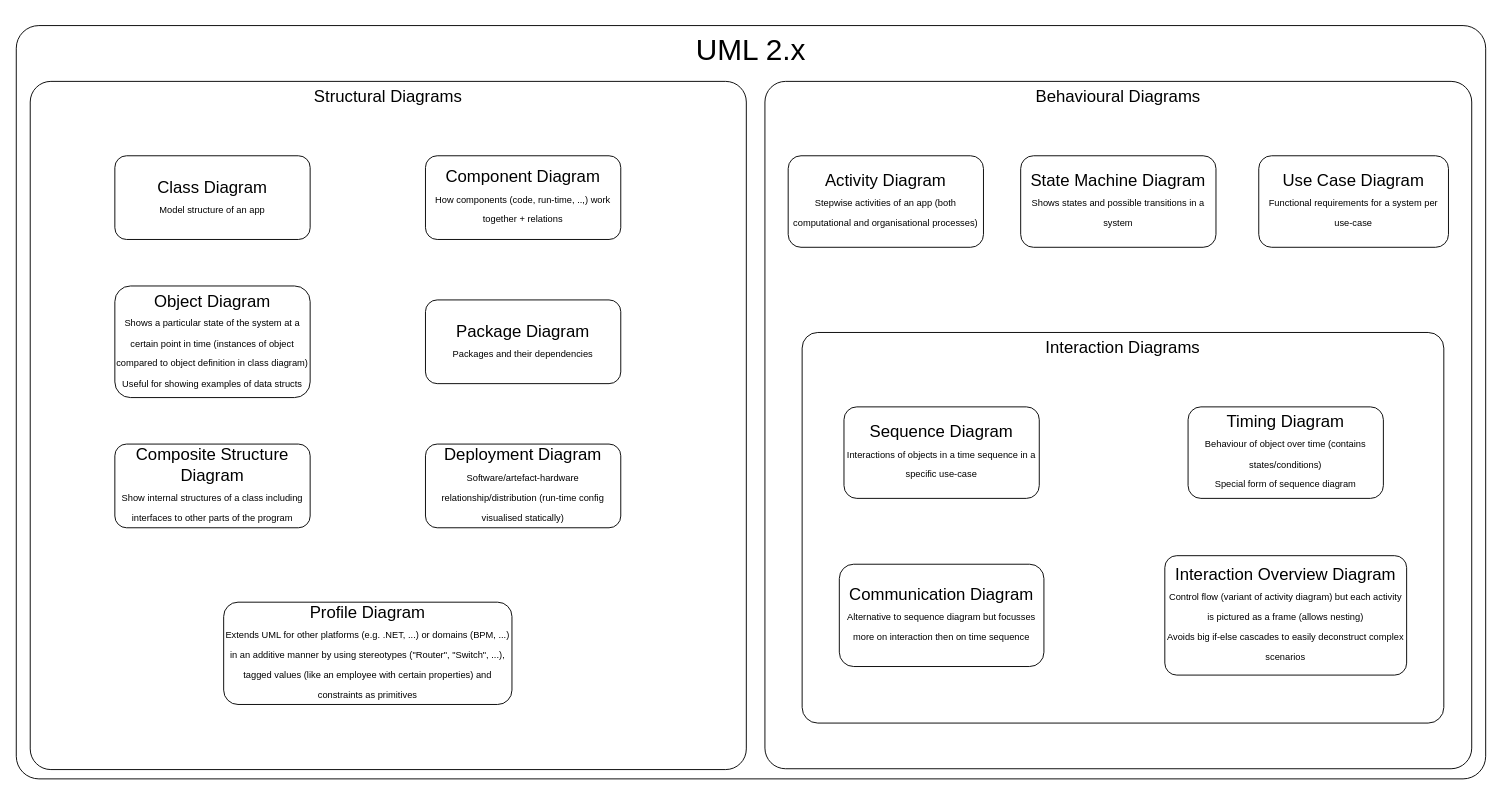
The draw.io diagram images/uml/uml-diagram-types.drawio in TeamFlowerPower/kb, before the edit. Source tidied: cells renumbered, new cells numbered last; positions are measured from the earlier drawing's top-left corner, leaving out a move shared by most shapes. Both pictures are drawn from the tidied source at 93%, with x=0, y=0 at pixel (16, 16).
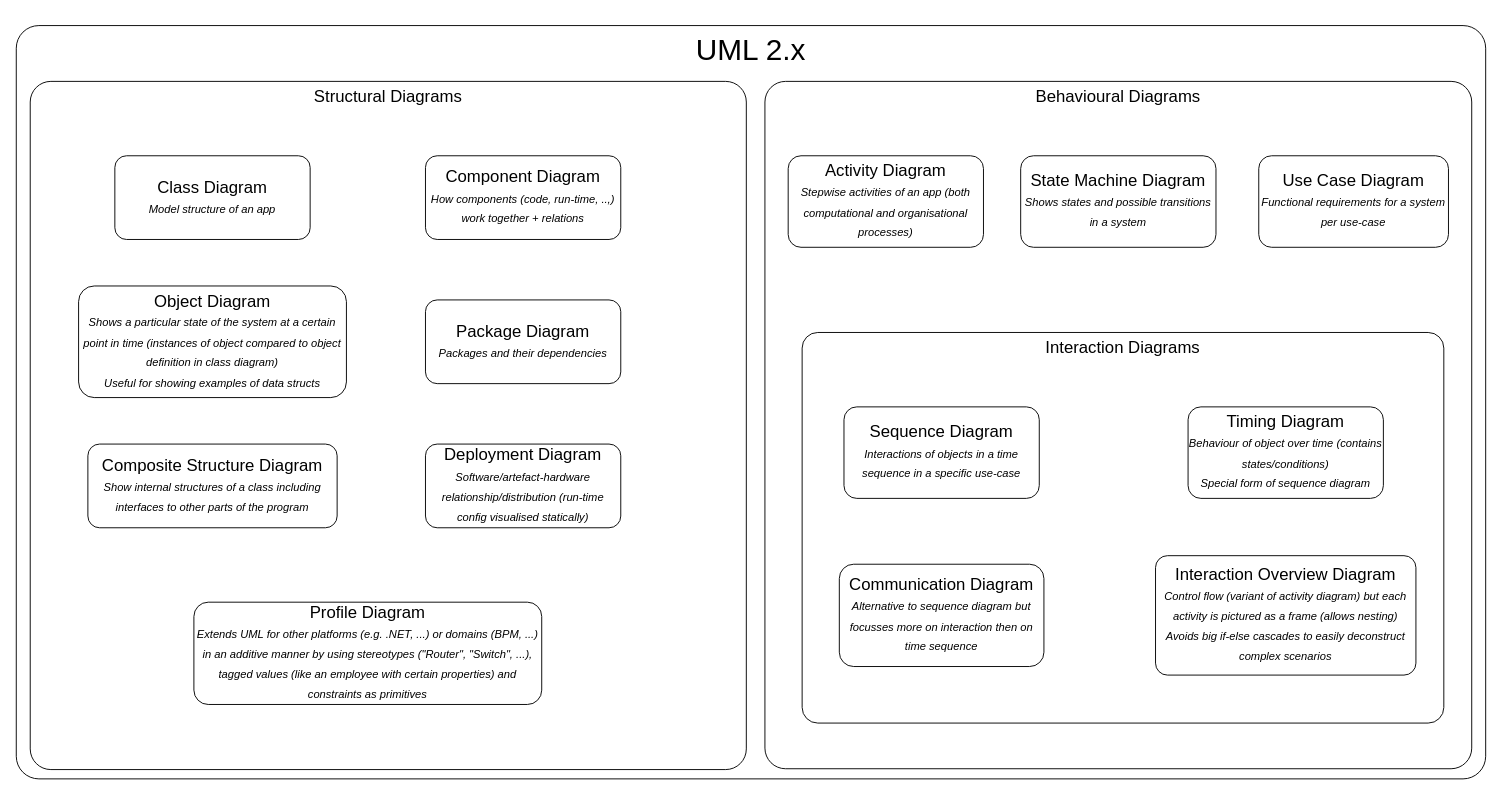
The same diagram, later.

Diff of the diagram source:
```diff
@@
-    <mxCell id="5" value="Composite Structure Diagram&lt;br&gt;&lt;font style=&quot;font-size: 10px;&quot;&gt;Show internal structures of a class including interfaces to other parts of the program&lt;/font&gt;" style="rounded=1;whiteSpace=wrap;html=1;arcSize=14;fontSize=18;" parent="1" vertex="1">
-      <mxGeometry x="106" y="460" width="210" height="90" as="geometry" />
+    <mxCell id="5" value="Composite Structure Diagram&lt;br&gt;&lt;font style=&quot;font-size: 12px;&quot;&gt;&lt;i&gt;Show internal structures of a class including interfaces to other parts of the program&lt;/i&gt;&lt;/font&gt;" style="rounded=1;whiteSpace=wrap;html=1;arcSize=14;fontSize=18;" parent="1" vertex="1">
+      <mxGeometry x="77" y="460" width="268" height="90" as="geometry" />
     </mxCell>
-    <mxCell id="6" value="Deployment Diagram&lt;br&gt;&lt;font style=&quot;font-size: 10px;&quot;&gt;Software/artefact-hardware &lt;font style=&quot;font-size: 10px;&quot;&gt;relationship/distribution (run-time config visualised statically)&lt;/font&gt;&lt;/font&gt;" style="rounded=1;whiteSpace=wrap;html=1;arcSize=14;fontSize=18;" parent="1" vertex="1">
+    <mxCell id="6" value="Deployment Diagram&lt;br&gt;&lt;font style=&quot;font-size: 12px;&quot;&gt;&lt;i&gt;Software/artefact-hardware &lt;font style=&quot;font-size: 12px;&quot;&gt;relationship/distribution (run-time config visualised statically)&lt;/font&gt;&lt;/i&gt;&lt;/font&gt;" style="rounded=1;whiteSpace=wrap;html=1;arcSize=14;fontSize=18;" parent="1" vertex="1">
       <mxGeometry x="440" y="460" width="210" height="90" as="geometry" />
     </mxCell>
-    <mxCell id="7" value="Package Diagram&lt;br&gt;&lt;font style=&quot;font-size: 10px;&quot;&gt;Packages and their dependencies&lt;/font&gt;" style="rounded=1;whiteSpace=wrap;html=1;arcSize=14;fontSize=18;" parent="1" vertex="1">
+    <mxCell id="7" value="Package Diagram&lt;br&gt;&lt;font style=&quot;font-size: 12px;&quot;&gt;&lt;i&gt;Packages and their dependencies&lt;/i&gt;&lt;/font&gt;" style="rounded=1;whiteSpace=wrap;html=1;arcSize=14;fontSize=18;" parent="1" vertex="1">
       <mxGeometry x="440" y="305" width="210" height="90" as="geometry" />
     </mxCell>
-    <mxCell id="8" value="Profile Diagram&lt;br&gt;&lt;font style=&quot;font-size: 10px;&quot;&gt;Extends UML for other platforms (e.g. .NET, ...) or domains (BPM, ...) in an additive manner by using stereotypes (&quot;Router&quot;, &quot;Switch&quot;, ...), tagged values (like an employee with certain properties) and constraints as primitives&lt;/font&gt;" style="rounded=1;whiteSpace=wrap;html=1;arcSize=14;fontSize=18;" parent="1" vertex="1">
-      <mxGeometry x="223" y="630" width="310" height="110" as="geometry" />
+    <mxCell id="8" value="Profile Diagram&lt;br&gt;&lt;font style=&quot;font-size: 12px;&quot;&gt;&lt;i&gt;Extends UML for other platforms (e.g. .NET, ...) or domains (BPM, ...) in an additive manner by using stereotypes (&quot;Router&quot;, &quot;Switch&quot;, ...), tagged values (like an employee with certain properties) and constraints as primitives&lt;/i&gt;&lt;/font&gt;" style="rounded=1;whiteSpace=wrap;html=1;arcSize=14;fontSize=18;" parent="1" vertex="1">
+      <mxGeometry x="191" y="630" width="374" height="110" as="geometry" />
     </mxCell>
-    <mxCell id="9" value="Class Diagram&lt;br&gt;&lt;font style=&quot;font-size: 10px;&quot;&gt;Model structure of an app&lt;/font&gt;" style="rounded=1;whiteSpace=wrap;html=1;arcSize=14;fontSize=18;" parent="1" vertex="1">
+    <mxCell id="9" value="Class Diagram&lt;br&gt;&lt;font style=&quot;font-size: 12px;&quot;&gt;&lt;i&gt;Model structure of an app&lt;/i&gt;&lt;/font&gt;" style="rounded=1;whiteSpace=wrap;html=1;arcSize=14;fontSize=18;" parent="1" vertex="1">
       <mxGeometry x="106" y="150" width="210" height="90" as="geometry" />
     </mxCell>
-    <mxCell id="10" value="Object Diagram&lt;br&gt;&lt;font style=&quot;font-size: 10px;&quot;&gt;Shows a particular state of the system at a certain point in time (instances of object compared to object definition in class diagram)&lt;br&gt;Useful for showing examples of data structs&lt;br&gt;&lt;/font&gt;" style="rounded=1;whiteSpace=wrap;html=1;arcSize=14;fontSize=18;" parent="1" vertex="1">
-      <mxGeometry x="106" y="290" width="210" height="120" as="geometry" />
+    <mxCell id="10" value="Object Diagram&lt;br&gt;&lt;font style=&quot;font-size: 12px;&quot;&gt;&lt;i&gt;Shows a particular state of the system at a certain point in time (instances of object compared to object definition in class diagram)&lt;br&gt;Useful for showing examples of data structs&lt;/i&gt;&lt;br&gt;&lt;/font&gt;" style="rounded=1;whiteSpace=wrap;html=1;arcSize=14;fontSize=18;" parent="1" vertex="1">
+      <mxGeometry x="67" y="290" width="288" height="120" as="geometry" />
     </mxCell>
-    <mxCell id="11" value="Component Diagram&lt;br&gt;&lt;font style=&quot;font-size: 10px;&quot;&gt;How components (code, run-time, ..,) work together + relations&lt;/font&gt;" style="rounded=1;whiteSpace=wrap;html=1;arcSize=14;fontSize=18;" parent="1" vertex="1">
+    <mxCell id="11" value="Component Diagram&lt;br&gt;&lt;font style=&quot;font-size: 12px;&quot;&gt;&lt;i&gt;How components (code, run-time, ..,) work together + relations&lt;/i&gt;&lt;/font&gt;" style="rounded=1;whiteSpace=wrap;html=1;arcSize=14;fontSize=18;" parent="1" vertex="1">
       <mxGeometry x="440" y="150" width="210" height="90" as="geometry" />
     </mxCell>
@@
-    <mxCell id="13" value="Activity Diagram&lt;br&gt;&lt;font style=&quot;font-size: 10px;&quot;&gt;Stepwise activities of an app (both computational and organisational processes)&lt;/font&gt;" style="rounded=1;whiteSpace=wrap;html=1;arcSize=14;fontSize=18;" parent="1" vertex="1">
+    <mxCell id="13" value="Activity Diagram&lt;br&gt;&lt;font style=&quot;font-size: 12px;&quot;&gt;&lt;i&gt;Stepwise activities of an app (both computational and organisational processes)&lt;/i&gt;&lt;/font&gt;" style="rounded=1;whiteSpace=wrap;html=1;arcSize=14;fontSize=18;" parent="1" vertex="1">
       <mxGeometry x="830" y="150" width="210" height="98.4" as="geometry" />
     </mxCell>
-    <mxCell id="14" value="Use Case Diagram&lt;br&gt;&lt;font style=&quot;font-size: 10px;&quot;&gt;Functional requirements for a system per use-case&lt;/font&gt;" style="rounded=1;whiteSpace=wrap;html=1;arcSize=14;fontSize=18;" parent="1" vertex="1">
+    <mxCell id="14" value="Use Case Diagram&lt;br&gt;&lt;font style=&quot;font-size: 12px;&quot;&gt;&lt;i&gt;Functional requirements for a system per use-case&lt;/i&gt;&lt;/font&gt;" style="rounded=1;whiteSpace=wrap;html=1;arcSize=14;fontSize=18;" parent="1" vertex="1">
       <mxGeometry x="1336" y="150" width="204" height="98.4" as="geometry" />
     </mxCell>
-    <mxCell id="15" value="State Machine Diagram&lt;br&gt;&lt;font style=&quot;font-size: 10px;&quot;&gt;Shows states and possible transitions in a system&lt;/font&gt;" style="rounded=1;whiteSpace=wrap;html=1;arcSize=14;fontSize=18;" parent="1" vertex="1">
+    <mxCell id="15" value="State Machine Diagram&lt;br&gt;&lt;font style=&quot;font-size: 12px;&quot;&gt;&lt;i&gt;Shows states and possible transitions in a system&lt;/i&gt;&lt;/font&gt;" style="rounded=1;whiteSpace=wrap;html=1;arcSize=14;fontSize=18;" parent="1" vertex="1">
       <mxGeometry x="1080" y="150" width="210" height="98.4" as="geometry" />
     </mxCell>
@@
-    <mxCell id="17" value="Sequence Diagram&lt;br&gt;&lt;font style=&quot;font-size: 10px;&quot;&gt;Interactions of objects in a time sequence in a specific use-case&lt;/font&gt;" style="rounded=1;whiteSpace=wrap;html=1;arcSize=14;fontSize=18;" parent="1" vertex="1">
+    <mxCell id="17" value="Sequence Diagram&lt;br&gt;&lt;font style=&quot;font-size: 12px;&quot;&gt;&lt;i&gt;Interactions of objects in a time sequence in a specific use-case&lt;/i&gt;&lt;/font&gt;" style="rounded=1;whiteSpace=wrap;html=1;arcSize=14;fontSize=18;" parent="1" vertex="1">
       <mxGeometry x="890" y="420" width="210" height="98.4" as="geometry" />
     </mxCell>
-    <mxCell id="18" value="Communication Diagram&lt;br&gt;&lt;font style=&quot;font-size: 10px;&quot;&gt;Alternative to sequence diagram but focusses more on interaction then on time sequence&lt;/font&gt;" style="rounded=1;whiteSpace=wrap;html=1;arcSize=14;fontSize=18;" parent="1" vertex="1">
+    <mxCell id="18" value="Communication Diagram&lt;br&gt;&lt;font style=&quot;font-size: 12px;&quot;&gt;&lt;i&gt;Alternative to sequence diagram but focusses more on interaction then on time sequence&lt;/i&gt;&lt;/font&gt;" style="rounded=1;whiteSpace=wrap;html=1;arcSize=14;fontSize=18;" parent="1" vertex="1">
       <mxGeometry x="885" y="589.2" width="220" height="110" as="geometry" />
     </mxCell>
-    <mxCell id="19" value="Interaction Overview Diagram&lt;br&gt;&lt;font style=&quot;font-size: 10px;&quot;&gt;Control flow (variant of activity diagram) but each activity is pictured as a frame (allows nesting)&lt;br&gt;Avoids big if-else cascades to easily deconstruct complex scenarios&lt;/font&gt;" style="rounded=1;whiteSpace=wrap;html=1;arcSize=10;fontSize=18;" parent="1" vertex="1">
-      <mxGeometry x="1235" y="580" width="260" height="128.4" as="geometry" />
+    <mxCell id="19" value="Interaction Overview Diagram&lt;br&gt;&lt;font style=&quot;font-size: 12px;&quot;&gt;&lt;i&gt;Control flow (variant of activity diagram) but each activity is pictured as a frame (allows nesting)&lt;br&gt;Avoids big if-else cascades to easily deconstruct complex scenarios&lt;/i&gt;&lt;/font&gt;" style="rounded=1;whiteSpace=wrap;html=1;arcSize=10;fontSize=18;" parent="1" vertex="1">
+      <mxGeometry x="1225" y="580" width="280" height="128.4" as="geometry" />
     </mxCell>
-    <mxCell id="20" value="Timing Diagram&lt;br&gt;&lt;font style=&quot;font-size: 10px;&quot;&gt;Behaviour of object over time (contains states/conditions)&lt;br&gt;Special form of sequence diagram&lt;/font&gt;" style="rounded=1;whiteSpace=wrap;html=1;arcSize=14;fontSize=18;" parent="1" vertex="1">
+    <mxCell id="20" value="Timing Diagram&lt;br&gt;&lt;font style=&quot;font-size: 12px;&quot;&gt;&lt;i&gt;Behaviour of object over time (contains states/conditions)&lt;br&gt;Special form of sequence diagram&lt;/i&gt;&lt;/font&gt;" style="rounded=1;whiteSpace=wrap;html=1;arcSize=14;fontSize=18;" parent="1" vertex="1">
       <mxGeometry x="1260" y="420" width="210" height="98.4" as="geometry" />
     </mxCell>
```
